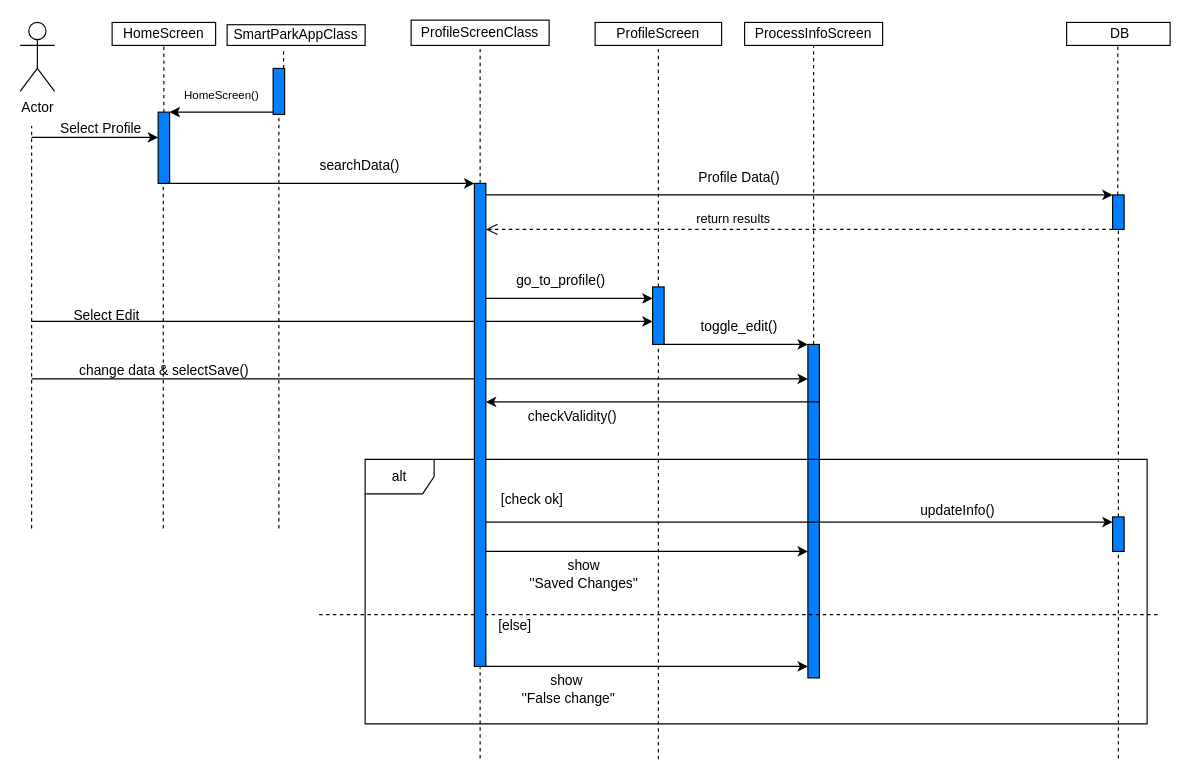
The draw.io diagram SEQUENCE/View and Edit Profile sequence.drawio in EliasPapagelis/Smart-Park-TL, before the edit. Source tidied: cells renumbered, new cells numbered last; positions are measured from the earlier drawing's top-left corner, leaving out a move shared by most shapes. Both pictures are drawn from the tidied source at 115%, with x=0, y=0 at pixel (20, 20).
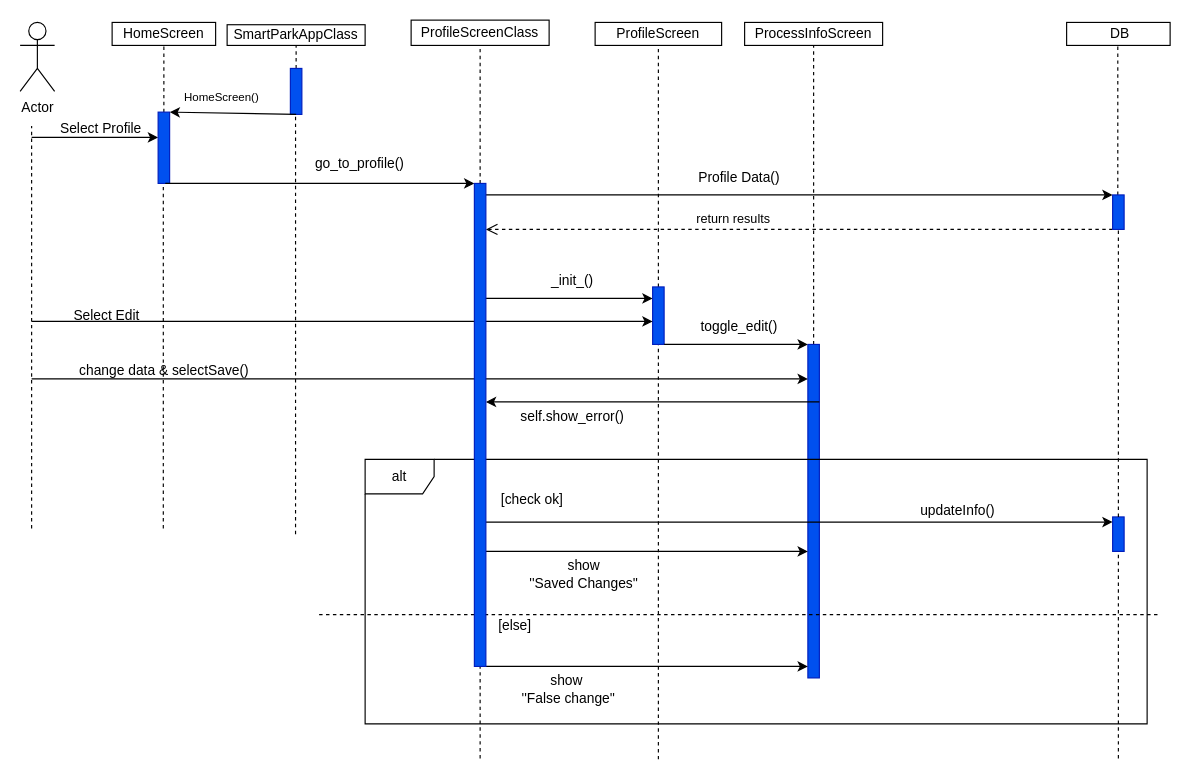
The same page after the edit.

Commit message (it also covers changes not shown here):
prwtes allages sequence

Unchanged cells that the change refers to:
```xml
<mxCell id="15" value="SmartParkAppClass" style="rounded=0;whiteSpace=wrap;html=1;" parent="1" vertex="1">
  <mxGeometry x="180" y="4" width="120" height="18" as="geometry" />
</mxCell>
```

Change to the diagram source:
```diff
@@
-    <mxCell id="16" style="html=1;points=[[0,0,0,0,5],[0,1,0,0,-5],[1,0,0,0,5],[1,1,0,0,-5]];perimeter=orthogonalPerimeter;outlineConnect=0;targetShapes=umlLifeline;portConstraint=eastwest;newEdgeStyle={&quot;curved&quot;:0,&quot;rounded&quot;:0};fillColor=#007FFF;" parent="1" vertex="1">
+    <mxCell id="16" style="html=1;points=[[0,0,0,0,5],[0,1,0,0,-5],[1,0,0,0,5],[1,1,0,0,-5]];perimeter=orthogonalPerimeter;outlineConnect=0;targetShapes=umlLifeline;portConstraint=eastwest;newEdgeStyle={&quot;curved&quot;:0,&quot;rounded&quot;:0};fillColor=#0050ef;fontColor=#ffffff;strokeColor=#001DBC;" parent="1" vertex="1">
       <mxGeometry x="120" y="80" width="10" height="62" as="geometry" />
     </mxCell>
-    <mxCell id="17" style="endArrow=none;dashed=1;html=1;rounded=0;entryX=0.409;entryY=1.222;entryDx=0;entryDy=0;entryPerimeter=0;" parent="1" edge="1" source="19" target="15">
+    <mxCell id="17" style="endArrow=none;dashed=1;html=1;rounded=0;entryX=0.5;entryY=1;entryDx=0;entryDy=0;" parent="1" edge="1" source="19" target="15">
       <mxGeometry relative="1" as="geometry" />
     </mxCell>
     <mxCell id="18" style="endArrow=none;dashed=1;html=1;rounded=0;" parent="1" edge="1" target="19">
       <mxGeometry relative="1" as="geometry">
-        <mxPoint x="225" y="442" as="sourcePoint" />
+        <mxPoint x="239.5" y="447" as="sourcePoint" />
       </mxGeometry>
     </mxCell>
-    <mxCell id="19" style="html=1;points=[[0,0,0,0,5],[0,1,0,0,-5],[1,0,0,0,5],[1,1,0,0,-5]];perimeter=orthogonalPerimeter;outlineConnect=0;targetShapes=umlLifeline;portConstraint=eastwest;newEdgeStyle={&quot;curved&quot;:0,&quot;rounded&quot;:0};fillColor=#007FFF;" parent="1" vertex="1">
-      <mxGeometry x="220" y="42" width="10" height="40" as="geometry" />
+    <mxCell id="19" style="html=1;points=[[0,0,0,0,5],[0,1,0,0,-5],[1,0,0,0,5],[1,1,0,0,-5]];perimeter=orthogonalPerimeter;outlineConnect=0;targetShapes=umlLifeline;portConstraint=eastwest;newEdgeStyle={&quot;curved&quot;:0,&quot;rounded&quot;:0};fillColor=#0050ef;fontColor=#ffffff;strokeColor=#001DBC;" parent="1" vertex="1">
+      <mxGeometry x="235" y="42" width="10" height="40" as="geometry" />
     </mxCell>
     <mxCell id="20" style="endArrow=classic;html=1;rounded=0;entryX=1;entryY=0;entryDx=0;entryDy=5;entryPerimeter=0;" parent="1" edge="1">
       <mxGeometry relative="1" as="geometry">
-        <mxPoint x="220" y="80" as="sourcePoint" />
+        <mxPoint x="240" y="82" as="sourcePoint" />
         <mxPoint x="130" y="80" as="targetPoint" />
       </mxGeometry>
     </mxCell>
     <mxCell id="21" value="&lt;font style=&quot;font-size: 10px;&quot;&gt;HomeScreen()&lt;/font&gt;" style="text;html=1;align=center;verticalAlign=middle;strokeColor=none;fillColor=none;" parent="1" vertex="1">
-      <mxGeometry x="130" y="50" width="90" height="30" as="geometry" />
+      <mxGeometry x="130" y="52" width="90" height="30" as="geometry" />
     </mxCell>
@@
     <mxCell id="23" value="go_to_profile()" style="text;html=1;align=center;verticalAlign=middle;strokeColor=none;fillColor=none;" parent="1" vertex="1">
-      <mxGeometry x="420" y="212" width="100" height="30" as="geometry" />
+      <mxGeometry x="245" y="110" width="100" height="30" as="geometry" />
     </mxCell>
@@
-    <mxCell id="29" style="html=1;points=[[0,0,0,0,5],[0,1,0,0,-5],[1,0,0,0,5],[1,1,0,0,-5]];perimeter=orthogonalPerimeter;outlineConnect=0;targetShapes=umlLifeline;portConstraint=eastwest;newEdgeStyle={&quot;curved&quot;:0,&quot;rounded&quot;:0};fillColor=#007FFF;" parent="1" vertex="1">
+    <mxCell id="29" style="html=1;points=[[0,0,0,0,5],[0,1,0,0,-5],[1,0,0,0,5],[1,1,0,0,-5]];perimeter=orthogonalPerimeter;outlineConnect=0;targetShapes=umlLifeline;portConstraint=eastwest;newEdgeStyle={&quot;curved&quot;:0,&quot;rounded&quot;:0};fillColor=#0050ef;fontColor=#ffffff;strokeColor=#001DBC;" parent="1" vertex="1">
       <mxGeometry x="550" y="232" width="10" height="50" as="geometry" />
     </mxCell>
-    <mxCell id="30" value="searchData()" style="text;html=1;align=center;verticalAlign=middle;strokeColor=none;fillColor=none;" parent="1" vertex="1">
-      <mxGeometry x="250" y="112" width="90" height="30" as="geometry" />
-    </mxCell>
@@
-    <mxCell id="34" style="html=1;points=[[0,0,0,0,5],[0,1,0,0,-5],[1,0,0,0,5],[1,1,0,0,-5]];perimeter=orthogonalPerimeter;outlineConnect=0;targetShapes=umlLifeline;portConstraint=eastwest;newEdgeStyle={&quot;curved&quot;:0,&quot;rounded&quot;:0};fillColor=#007FFF;" parent="1" vertex="1">
+    <mxCell id="34" style="html=1;points=[[0,0,0,0,5],[0,1,0,0,-5],[1,0,0,0,5],[1,1,0,0,-5]];perimeter=orthogonalPerimeter;outlineConnect=0;targetShapes=umlLifeline;portConstraint=eastwest;newEdgeStyle={&quot;curved&quot;:0,&quot;rounded&quot;:0};fillColor=#0050ef;fontColor=#ffffff;strokeColor=#001DBC;" parent="1" vertex="1">
       <mxGeometry x="685" y="282" width="10" height="290" as="geometry" />
     </mxCell>
@@
-    <mxCell id="39" value="checkValidity()" style="text;html=1;align=center;verticalAlign=middle;strokeColor=none;fillColor=none;" parent="1" vertex="1">
-      <mxGeometry x="430" y="330" width="100" height="30" as="geometry" />
+    <mxCell id="39" value="self.show_error()" style="text;html=1;align=center;verticalAlign=middle;strokeColor=none;fillColor=none;" parent="1" vertex="1">
+      <mxGeometry x="425" y="330" width="110" height="30" as="geometry" />
     </mxCell>
@@
-    <mxCell id="43" style="html=1;points=[[0,0,0,0,5],[0,1,0,0,-5],[1,0,0,0,5],[1,1,0,0,-5]];perimeter=orthogonalPerimeter;outlineConnect=0;targetShapes=umlLifeline;portConstraint=eastwest;newEdgeStyle={&quot;curved&quot;:0,&quot;rounded&quot;:0};fillColor=#007FFF;" parent="1" vertex="1">
+    <mxCell id="43" style="html=1;points=[[0,0,0,0,5],[0,1,0,0,-5],[1,0,0,0,5],[1,1,0,0,-5]];perimeter=orthogonalPerimeter;outlineConnect=0;targetShapes=umlLifeline;portConstraint=eastwest;newEdgeStyle={&quot;curved&quot;:0,&quot;rounded&quot;:0};fillColor=#0050ef;fontColor=#ffffff;strokeColor=#001DBC;" parent="1" vertex="1">
       <mxGeometry x="950" y="432" width="10" height="30" as="geometry" />
     </mxCell>
@@
-    <mxCell id="56" style="html=1;points=[[0,0,0,0,5],[0,1,0,0,-5],[1,0,0,0,5],[1,1,0,0,-5]];perimeter=orthogonalPerimeter;outlineConnect=0;targetShapes=umlLifeline;portConstraint=eastwest;newEdgeStyle={&quot;curved&quot;:0,&quot;rounded&quot;:0};fillColor=#007FFF;" parent="1" vertex="1">
+    <mxCell id="56" style="html=1;points=[[0,0,0,0,5],[0,1,0,0,-5],[1,0,0,0,5],[1,1,0,0,-5]];perimeter=orthogonalPerimeter;outlineConnect=0;targetShapes=umlLifeline;portConstraint=eastwest;newEdgeStyle={&quot;curved&quot;:0,&quot;rounded&quot;:0};fillColor=#0050ef;fontColor=#ffffff;strokeColor=#001DBC;" parent="1" vertex="1">
       <mxGeometry x="395" y="142" width="10" height="420" as="geometry" />
     </mxCell>
@@
-    <mxCell id="58" style="html=1;points=[[0,0,0,0,5],[0,1,0,0,-5],[1,0,0,0,5],[1,1,0,0,-5]];perimeter=orthogonalPerimeter;outlineConnect=0;targetShapes=umlLifeline;portConstraint=eastwest;newEdgeStyle={&quot;curved&quot;:0,&quot;rounded&quot;:0};fillColor=#007FFF;" parent="1" vertex="1">
+    <mxCell id="58" style="html=1;points=[[0,0,0,0,5],[0,1,0,0,-5],[1,0,0,0,5],[1,1,0,0,-5]];perimeter=orthogonalPerimeter;outlineConnect=0;targetShapes=umlLifeline;portConstraint=eastwest;newEdgeStyle={&quot;curved&quot;:0,&quot;rounded&quot;:0};fillColor=#0050ef;fontColor=#ffffff;strokeColor=#001DBC;" parent="1" vertex="1">
       <mxGeometry x="950" y="152" width="10" height="30" as="geometry" />
     </mxCell>
+    <mxCell id="59" value="_init_()" style="text;html=1;align=center;verticalAlign=middle;strokeColor=none;fillColor=none;" parent="1" vertex="1">
+      <mxGeometry x="450" y="212" width="60" height="30" as="geometry" />
+    </mxCell>
```
